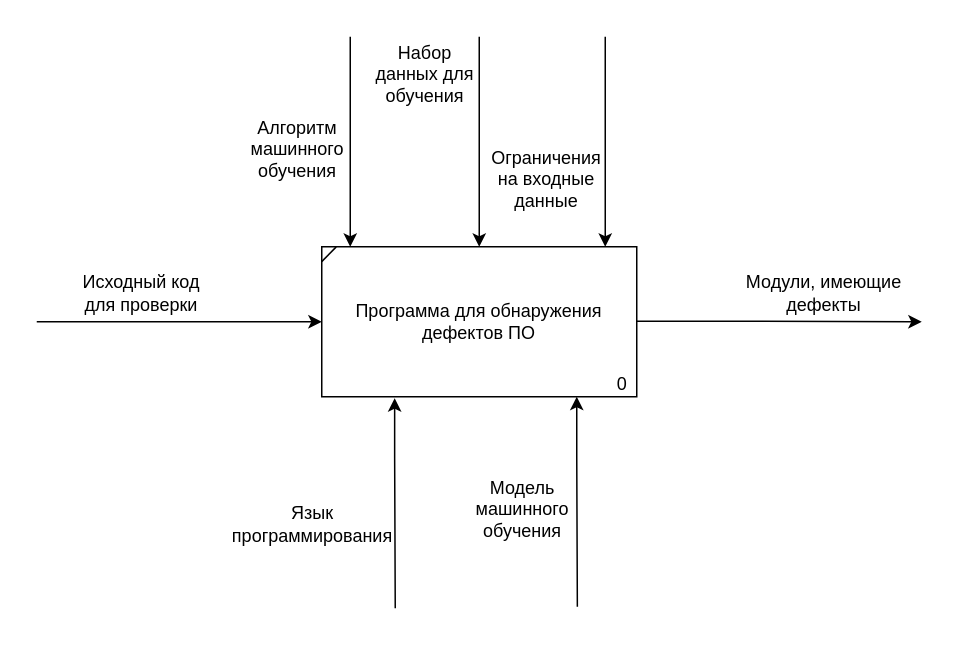
Before: page "idef0" (7 of 7) of sem_07/ResearchWork/doc/inc/drawio/diagrams.drawio in ilyasssklimov/bmstu_all, a draw.io diagram. Source tidied: cells renumbered, new cells numbered last; positions are measured from the earlier drawing's top-left corner, leaving out a move shared by most shapes. Both pictures are drawn from the tidied source at 150%, with x=0, y=0 at pixel (36, 36).
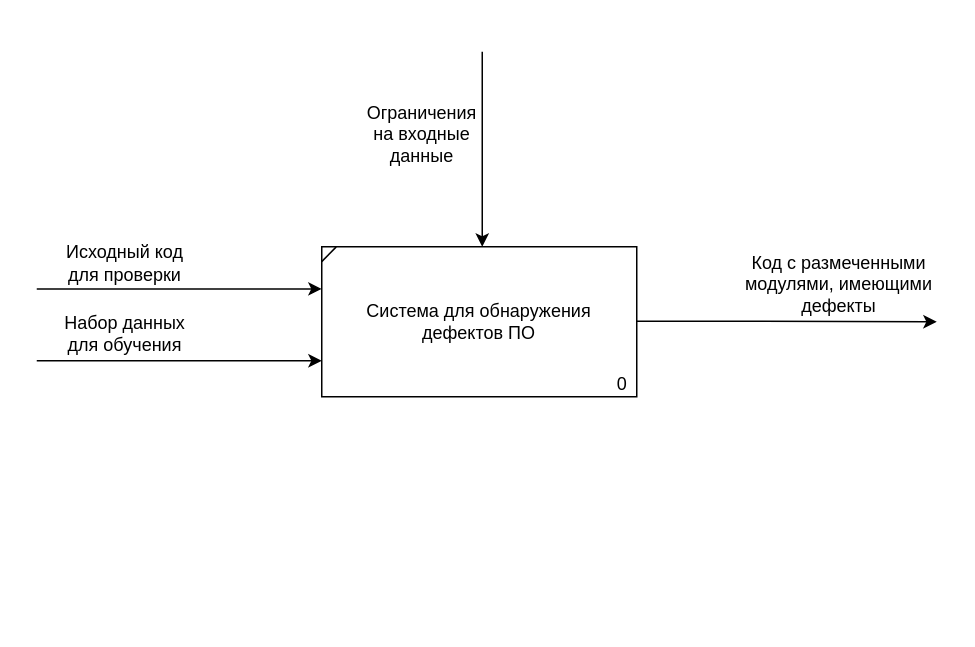
After the change.

Change to the diagram source:
```diff
@@
-    <mxCell id="2" value="&lt;font style=&quot;font-size: 12px;&quot;&gt;&lt;font style=&quot;font-size: 12px;&quot;&gt;Программа для обнаружения дефектов ПО&lt;/font&gt;&lt;br&gt;&lt;/font&gt;" style="rounded=0;whiteSpace=wrap;html=1;" parent="1" vertex="1">
+    <mxCell id="2" value="&lt;div&gt;&lt;font style=&quot;font-size: 12px;&quot;&gt;&lt;font style=&quot;font-size: 12px;&quot;&gt;Система для обнаружения &lt;br&gt;&lt;/font&gt;&lt;/font&gt;&lt;/div&gt;&lt;div&gt;&lt;font style=&quot;font-size: 12px;&quot;&gt;&lt;font style=&quot;font-size: 12px;&quot;&gt;дефектов ПО&lt;/font&gt;&lt;/font&gt;&lt;/div&gt;" style="rounded=0;whiteSpace=wrap;html=1;" parent="1" vertex="1">
       <mxGeometry x="190" y="140" width="210" height="100" as="geometry" />
     </mxCell>
@@
-    <mxCell id="5" style="endArrow=classic;html=1;rounded=0;fontSize=12;entryX=0;entryY=0.5;entryDx=0;entryDy=0;edgeStyle=orthogonalEdgeStyle;" parent="1" edge="1" target="2">
+    <mxCell id="5" style="endArrow=classic;html=1;rounded=0;fontSize=12;entryX=0;entryY=0.5;entryDx=0;entryDy=0;edgeStyle=orthogonalEdgeStyle;" parent="1" edge="1">
       <mxGeometry relative="1" as="geometry">
-        <mxPoint y="190" as="sourcePoint" />
+        <mxPoint y="168.1" as="sourcePoint" />
+        <mxPoint x="190" y="168.1" as="targetPoint" />
         <Array as="points">
-          <mxPoint x="30" y="190" />
-          <mxPoint x="30" y="190" />
+          <mxPoint x="30" y="168.1" />
+          <mxPoint x="30" y="168.1" />
         </Array>
       </mxGeometry>
     </mxCell>
-    <mxCell id="6" style="endArrow=classic;html=1;rounded=0;fontSize=12;entryX=0.5;entryY=0;entryDx=0;entryDy=0;edgeStyle=orthogonalEdgeStyle;" parent="1" edge="1" target="2">
-      <mxGeometry relative="1" as="geometry">
-        <mxPoint x="295" as="sourcePoint" />
-        <Array as="points">
-          <mxPoint x="295" />
-        </Array>
-      </mxGeometry>
-    </mxCell>
-    <mxCell id="7" style="endArrow=classic;html=1;rounded=0;fontSize=12;entryX=0.5;entryY=0;entryDx=0;entryDy=0;edgeStyle=orthogonalEdgeStyle;" parent="1" edge="1">
-      <mxGeometry relative="1" as="geometry">
-        <mxPoint x="209" as="sourcePoint" />
-        <mxPoint x="209" y="140" as="targetPoint" />
-        <Array as="points">
-          <mxPoint x="209" />
-        </Array>
-      </mxGeometry>
-    </mxCell>
     <mxCell id="8" style="endArrow=classic;html=1;rounded=0;fontSize=12;entryX=0.5;entryY=0;entryDx=0;entryDy=0;edgeStyle=orthogonalEdgeStyle;" parent="1" edge="1">
       <mxGeometry relative="1" as="geometry">
-        <mxPoint x="379" as="sourcePoint" />
-        <mxPoint x="379" y="140" as="targetPoint" />
+        <mxPoint x="297" y="10" as="sourcePoint" />
+        <mxPoint x="297" y="140" as="targetPoint" />
         <Array as="points">
-          <mxPoint x="379" />
+          <mxPoint x="297" y="10" />
         </Array>
       </mxGeometry>
     </mxCell>
     <mxCell id="9" style="endArrow=classic;html=1;rounded=0;fontSize=12;edgeStyle=orthogonalEdgeStyle;" parent="1" edge="1">
       <mxGeometry relative="1" as="geometry">
         <mxPoint x="400" y="189.6" as="sourcePoint" />
-        <mxPoint x="590" y="190" as="targetPoint" />
+        <mxPoint x="600" y="190" as="targetPoint" />
         <Array as="points">
           <mxPoint x="430" y="189.6" />
           <mxPoint x="430" y="189.6" />
         </Array>
       </mxGeometry>
     </mxCell>
-    <mxCell id="10" style="endArrow=none;html=1;rounded=0;fontSize=12;edgeStyle=orthogonalEdgeStyle;startArrow=classic;startFill=1;endFill=0;" parent="1" edge="1">
-      <mxGeometry relative="1" as="geometry">
-        <mxPoint x="238.6" y="241" as="sourcePoint" />
-        <mxPoint x="239" y="381" as="targetPoint" />
-        <Array as="points">
-          <mxPoint x="238.6" y="281" />
-        </Array>
-      </mxGeometry>
-    </mxCell>
     <mxCell id="11" value="Исходный код для проверки" style="text;html=1;strokeColor=none;fillColor=none;align=center;verticalAlign=middle;whiteSpace=wrap;rounded=0;fontSize=12;" parent="1" vertex="1">
-      <mxGeometry x="20" y="156" width="100" height="30" as="geometry" />
+      <mxGeometry x="9" y="136" width="100" height="30" as="geometry" />
     </mxCell>
-    <mxCell id="12" value="Модули, имеющие дефекты" style="text;html=1;strokeColor=none;fillColor=none;align=center;verticalAlign=middle;whiteSpace=wrap;rounded=0;fontSize=12;" parent="1" vertex="1">
-      <mxGeometry x="470" y="156" width="110" height="30" as="geometry" />
+    <mxCell id="12" value="Код с размеченными модулями, имеющими дефекты" style="text;html=1;strokeColor=none;fillColor=none;align=center;verticalAlign=middle;whiteSpace=wrap;rounded=0;fontSize=12;" parent="1" vertex="1">
+      <mxGeometry x="470" y="150" width="130" height="30" as="geometry" />
     </mxCell>
-    <mxCell id="13" value="Алгоритм машинного обучения" style="text;html=1;strokeColor=none;fillColor=none;align=center;verticalAlign=middle;whiteSpace=wrap;rounded=0;fontSize=12;" parent="1" vertex="1">
-      <mxGeometry x="144" y="60" width="60" height="30" as="geometry" />
-    </mxCell>
     <mxCell id="14" value="Набор данных для обучения" style="text;html=1;strokeColor=none;fillColor=none;align=center;verticalAlign=middle;whiteSpace=wrap;rounded=0;fontSize=12;" parent="1" vertex="1">
-      <mxGeometry x="224" y="10" width="70" height="30" as="geometry" />
+      <mxGeometry x="9" y="183" width="100" height="30" as="geometry" />
     </mxCell>
     <mxCell id="15" value="Ограничения на входные данные" style="text;html=1;strokeColor=none;fillColor=none;align=center;verticalAlign=middle;whiteSpace=wrap;rounded=0;fontSize=12;" parent="1" vertex="1">
-      <mxGeometry x="305" y="80" width="70" height="30" as="geometry" />
+      <mxGeometry x="222" y="50" width="70" height="30" as="geometry" />
     </mxCell>
-    <mxCell id="16" value="Язык программирования" style="text;html=1;strokeColor=none;fillColor=none;align=center;verticalAlign=middle;whiteSpace=wrap;rounded=0;fontSize=12;" parent="1" vertex="1">
-      <mxGeometry x="144" y="310" width="80" height="30" as="geometry" />
-    </mxCell>
-    <mxCell id="17" style="endArrow=none;html=1;rounded=0;fontSize=12;edgeStyle=orthogonalEdgeStyle;startArrow=classic;startFill=1;endFill=0;" parent="1" edge="1">
-      <mxGeometry relative="1" as="geometry">
-        <mxPoint x="360" y="240" as="sourcePoint" />
-        <mxPoint x="360.4" y="380" as="targetPoint" />
-        <Array as="points">
-          <mxPoint x="360" y="280" />
-        </Array>
-      </mxGeometry>
-    </mxCell>
-    <mxCell id="18" value="Модель машинного обучения" style="text;html=1;strokeColor=none;fillColor=none;align=center;verticalAlign=middle;whiteSpace=wrap;rounded=0;" parent="1" vertex="1">
-      <mxGeometry x="294" y="300" width="60" height="30" as="geometry" />
-    </mxCell>
+    <mxCell id="19" style="endArrow=classic;html=1;rounded=0;fontSize=12;entryX=0;entryY=0.5;entryDx=0;entryDy=0;edgeStyle=orthogonalEdgeStyle;" parent="1" edge="1">
+      <mxGeometry relative="1" as="geometry">
+        <mxPoint y="216" as="sourcePoint" />
+        <mxPoint x="190" y="216" as="targetPoint" />
+        <Array as="points">
+          <mxPoint x="30" y="216" />
+          <mxPoint x="30" y="216" />
+        </Array>
+      </mxGeometry>
+    </mxCell>
```
